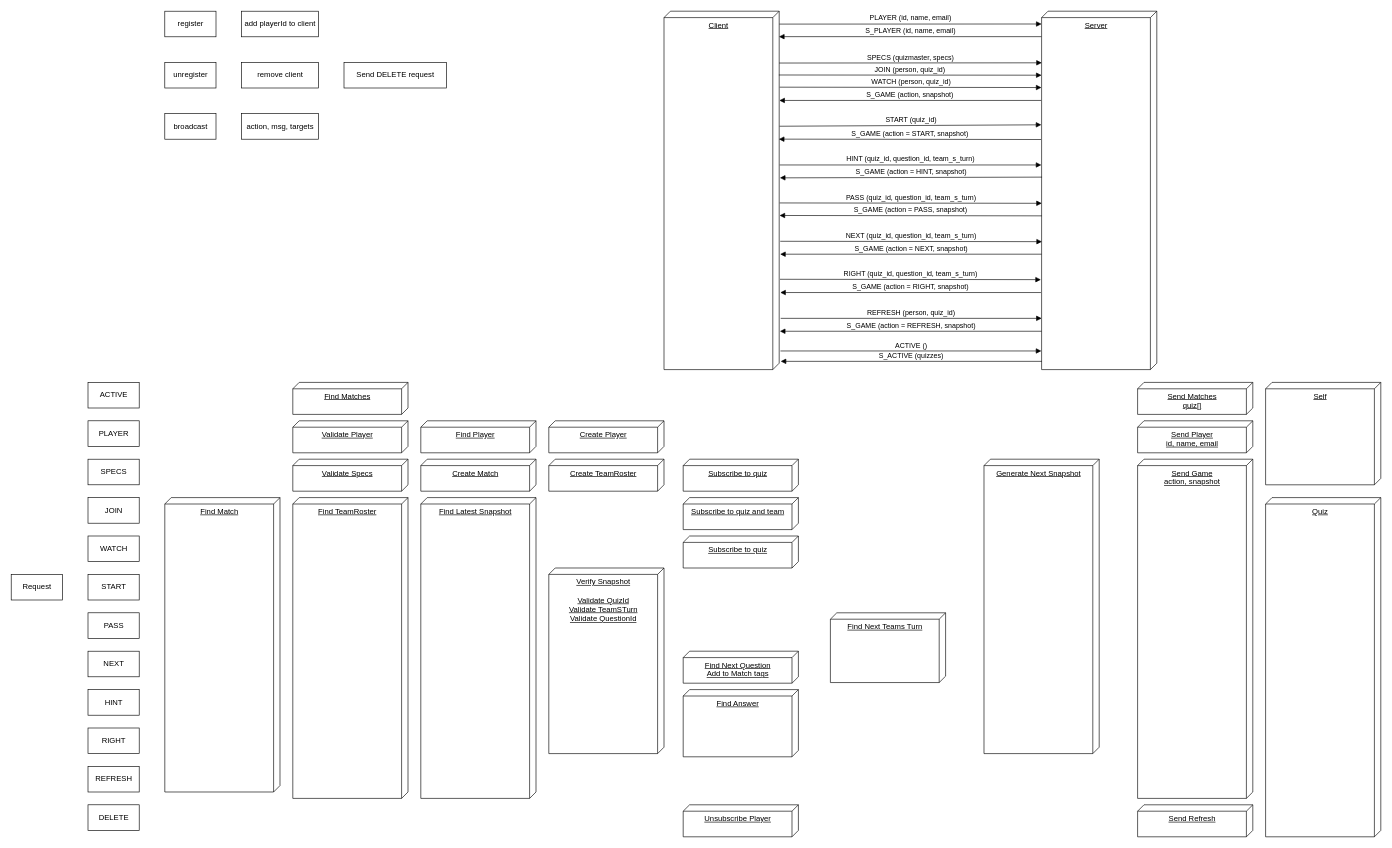
The draw.io diagram server/Binquiz Go API.drawio in atulanand206/find, before the edit. Source tidied: cells renumbered, new cells numbered last; positions are measured from the earlier drawing's top-left corner, leaving out a move shared by most shapes. Both pictures are drawn from the tidied source at 64%, with x=0, y=0 at pixel (11, 11).
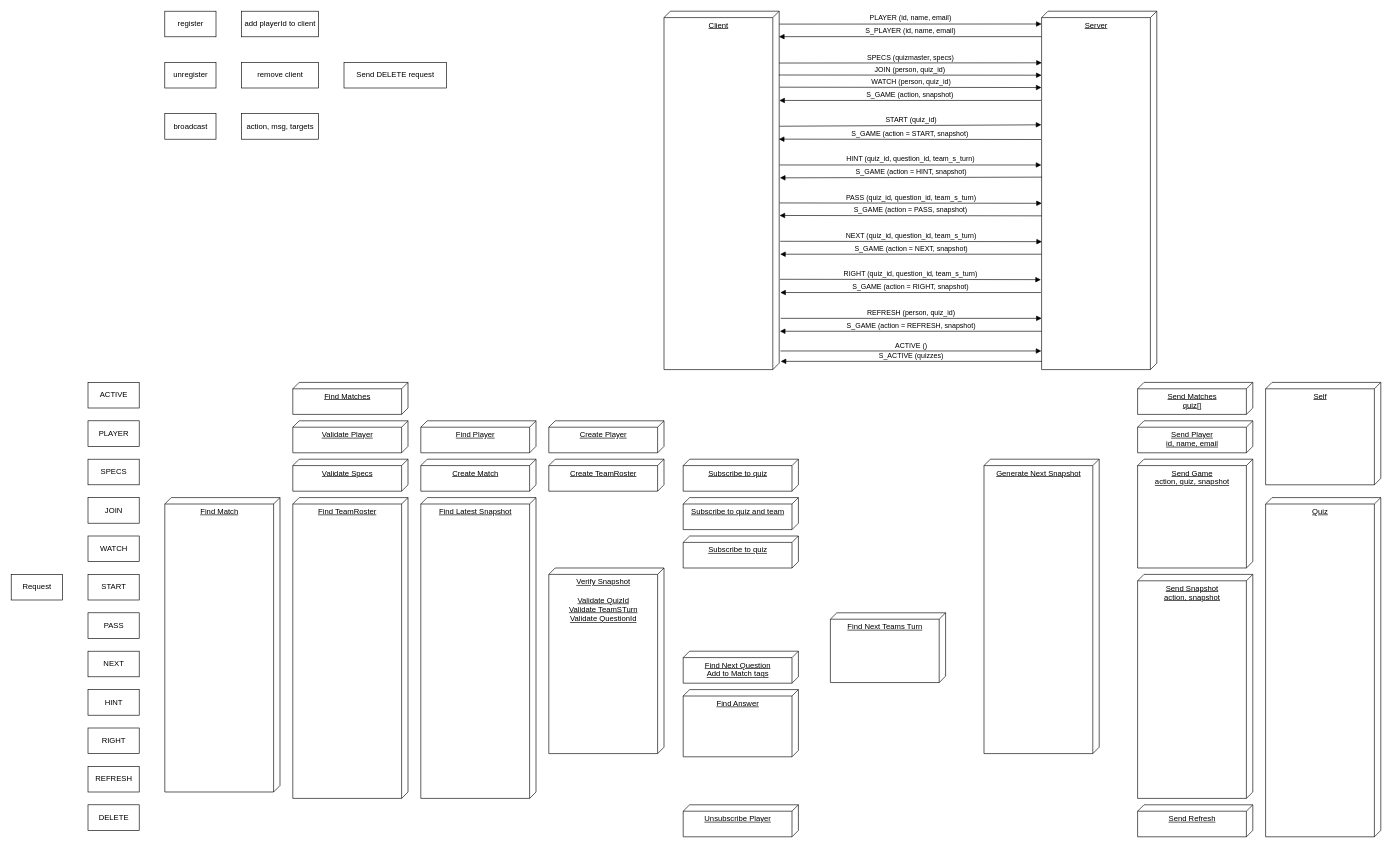
Above is the later version.

Commit message (it also covers changes not shown here):
added quiz to join response.

Change to the diagram source:
```diff
@@
-    <mxCell id="23" value="Send Game&lt;br&gt;action, snapshot" style="verticalAlign=top;align=center;spacingTop=8;spacingLeft=2;spacingRight=12;shape=cube;size=10;direction=south;fontStyle=4;html=1;" parent="1" vertex="1">
-      <mxGeometry x="1760" y="700" width="180" height="530" as="geometry" />
+    <mxCell id="23" value="Send Snapshot&lt;br&gt;action, snapshot" style="verticalAlign=top;align=center;spacingTop=8;spacingLeft=2;spacingRight=12;shape=cube;size=10;direction=south;fontStyle=4;html=1;" parent="1" vertex="1">
+      <mxGeometry x="1760" y="880" width="180" height="350" as="geometry" />
     </mxCell>
@@
+    <mxCell id="69" value="Send Game&lt;br&gt;action, quiz, snapshot" style="verticalAlign=top;align=center;spacingTop=8;spacingLeft=2;spacingRight=12;shape=cube;size=10;direction=south;fontStyle=4;html=1;" parent="1" vertex="1">
+      <mxGeometry x="1760" y="700" width="180" height="170" as="geometry" />
+    </mxCell>
```
